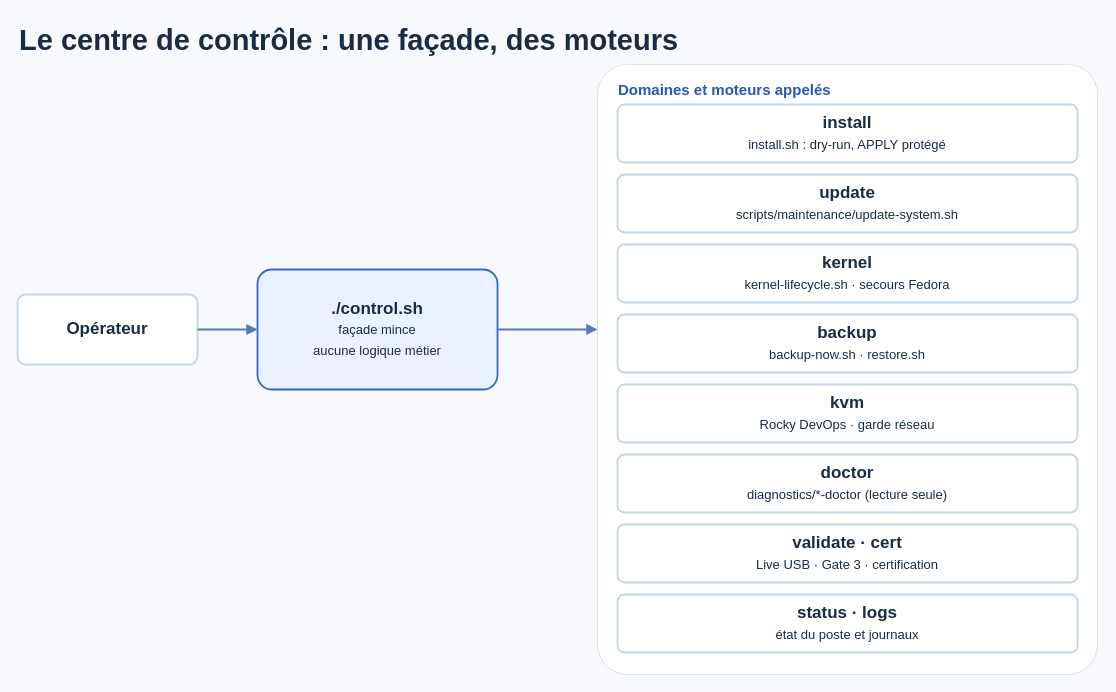
Earlier version of the draw.io diagram docs/assets/diagrams/centre-de-controle.drawio (mathiasseguincadiche/FEDORA_GNOME_CUSTOM). Source tidied: cells renumbered, new cells numbered last; positions are measured from the earlier drawing's top-left corner, leaving out a move shared by most shapes. Both pictures are drawn from the tidied source at 100%, with x=0, y=0 at pixel (17, 17).
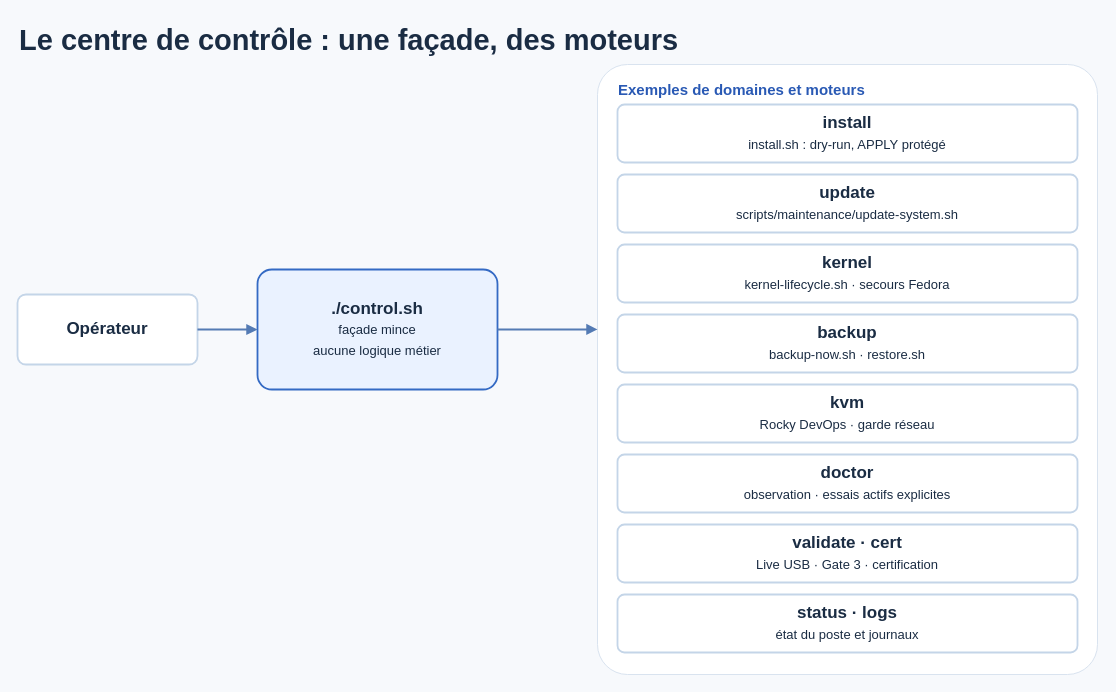
The same diagram, later.

What changed in the source:
```diff
@@
 <mxGraphModel background="#F7F9FC">
   <root>
     <mxCell id="0" />
     <mxCell id="1" parent="0" />
     <mxCell id="2" value="Le centre de contrôle : une façade, des moteurs" style="text;html=1;fontSize=29;fontStyle=1;fontColor=#1A2C43;fontFamily=Arial;align=left;verticalAlign=middle;" parent="1" vertex="1">
       <mxGeometry width="1080" height="46" as="geometry" />
     </mxCell>
-    <mxCell id="3" value="Domaines et moteurs appelés" style="rounded=1;arcSize=6;whiteSpace=wrap;html=1;fillColor=#FFFFFF;strokeColor=#D9E3EF;fontColor=#2959B4;fontStyle=1;fontSize=15;fontFamily=Arial;verticalAlign=top;align=left;spacingLeft=19;spacingTop=10;" parent="1" vertex="1">
+    <mxCell id="3" value="Exemples de domaines et moteurs" style="rounded=1;arcSize=6;whiteSpace=wrap;html=1;fillColor=#FFFFFF;strokeColor=#D9E3EF;fontColor=#2959B4;fontStyle=1;fontSize=15;fontFamily=Arial;verticalAlign=top;align=left;spacingLeft=19;spacingTop=10;" parent="1" vertex="1">
       <mxGeometry x="580" y="47" width="500" height="610" as="geometry" />
     </mxCell>
     <mxCell id="4" value="&lt;b&gt;Opérateur&lt;/b&gt;" style="rounded=1;arcSize=12;whiteSpace=wrap;html=1;fillColor=#FFFFFF;strokeColor=#C4D5E8;strokeWidth=1.8;fontColor=#1A2C43;fontSize=17;fontFamily=Arial;" parent="1" vertex="1">
       <mxGeometry y="277" width="180" height="70" as="geometry" />
     </mxCell>
     <mxCell id="5" value="&lt;b&gt;./control.sh&lt;/b&gt;&lt;br&gt;&lt;span style=&quot;font-size:13px&quot;&gt;façade mince&lt;/span&gt;&lt;br&gt;&lt;span style=&quot;font-size:13px&quot;&gt;aucune logique métier&lt;/span&gt;" style="rounded=1;arcSize=12;whiteSpace=wrap;html=1;fillColor=#EAF2FF;strokeColor=#346AC4;strokeWidth=1.8;fontColor=#1A2C43;fontSize=17;fontFamily=Arial;" parent="1" vertex="1">
       <mxGeometry x="240" y="252" width="240" height="120" as="geometry" />
     </mxCell>
     <mxCell id="6" value="&lt;b&gt;install&lt;/b&gt;&lt;br&gt;&lt;span style=&quot;font-size:13px&quot;&gt;install.sh : dry-run, APPLY protégé&lt;/span&gt;" style="rounded=1;arcSize=12;whiteSpace=wrap;html=1;fillColor=#FFFFFF;strokeColor=#C4D5E8;strokeWidth=1.8;fontColor=#1A2C43;fontSize=17;fontFamily=Arial;" parent="1" vertex="1">
       <mxGeometry x="600" y="87" width="460" height="58" as="geometry" />
     </mxCell>
     <mxCell id="7" value="&lt;b&gt;update&lt;/b&gt;&lt;br&gt;&lt;span style=&quot;font-size:13px&quot;&gt;scripts/maintenance/update-system.sh&lt;/span&gt;" style="rounded=1;arcSize=12;whiteSpace=wrap;html=1;fillColor=#FFFFFF;strokeColor=#C4D5E8;strokeWidth=1.8;fontColor=#1A2C43;fontSize=17;fontFamily=Arial;" parent="1" vertex="1">
       <mxGeometry x="600" y="157" width="460" height="58" as="geometry" />
     </mxCell>
     <mxCell id="8" value="&lt;b&gt;kernel&lt;/b&gt;&lt;br&gt;&lt;span style=&quot;font-size:13px&quot;&gt;kernel-lifecycle.sh · secours Fedora&lt;/span&gt;" style="rounded=1;arcSize=12;whiteSpace=wrap;html=1;fillColor=#FFFFFF;strokeColor=#C4D5E8;strokeWidth=1.8;fontColor=#1A2C43;fontSize=17;fontFamily=Arial;" parent="1" vertex="1">
       <mxGeometry x="600" y="227" width="460" height="58" as="geometry" />
     </mxCell>
     <mxCell id="9" value="&lt;b&gt;backup&lt;/b&gt;&lt;br&gt;&lt;span style=&quot;font-size:13px&quot;&gt;backup-now.sh · restore.sh&lt;/span&gt;" style="rounded=1;arcSize=12;whiteSpace=wrap;html=1;fillColor=#FFFFFF;strokeColor=#C4D5E8;strokeWidth=1.8;fontColor=#1A2C43;fontSize=17;fontFamily=Arial;" parent="1" vertex="1">
       <mxGeometry x="600" y="297" width="460" height="58" as="geometry" />
     </mxCell>
     <mxCell id="10" value="&lt;b&gt;kvm&lt;/b&gt;&lt;br&gt;&lt;span style=&quot;font-size:13px&quot;&gt;Rocky DevOps · garde réseau&lt;/span&gt;" style="rounded=1;arcSize=12;whiteSpace=wrap;html=1;fillColor=#FFFFFF;strokeColor=#C4D5E8;strokeWidth=1.8;fontColor=#1A2C43;fontSize=17;fontFamily=Arial;" parent="1" vertex="1">
       <mxGeometry x="600" y="367" width="460" height="58" as="geometry" />
     </mxCell>
-    <mxCell id="11" value="&lt;b&gt;doctor&lt;/b&gt;&lt;br&gt;&lt;span style=&quot;font-size:13px&quot;&gt;diagnostics/*-doctor (lecture seule)&lt;/span&gt;" style="rounded=1;arcSize=12;whiteSpace=wrap;html=1;fillColor=#FFFFFF;strokeColor=#C4D5E8;strokeWidth=1.8;fontColor=#1A2C43;fontSize=17;fontFamily=Arial;" parent="1" vertex="1">
+    <mxCell id="11" value="&lt;b&gt;doctor&lt;/b&gt;&lt;br&gt;&lt;span style=&quot;font-size:13px&quot;&gt;observation · essais actifs explicites&lt;/span&gt;" style="rounded=1;arcSize=12;whiteSpace=wrap;html=1;fillColor=#FFFFFF;strokeColor=#C4D5E8;strokeWidth=1.8;fontColor=#1A2C43;fontSize=17;fontFamily=Arial;" parent="1" vertex="1">
       <mxGeometry x="600" y="437" width="460" height="58" as="geometry" />
     </mxCell>
     <mxCell id="12" value="&lt;b&gt;validate · cert&lt;/b&gt;&lt;br&gt;&lt;span style=&quot;font-size:13px&quot;&gt;Live USB · Gate 3 · certification&lt;/span&gt;" style="rounded=1;arcSize=12;whiteSpace=wrap;html=1;fillColor=#FFFFFF;strokeColor=#C4D5E8;strokeWidth=1.8;fontColor=#1A2C43;fontSize=17;fontFamily=Arial;" parent="1" vertex="1">
       <mxGeometry x="600" y="507" width="460" height="58" as="geometry" />
     </mxCell>
     <mxCell id="13" value="&lt;b&gt;status · logs&lt;/b&gt;&lt;br&gt;&lt;span style=&quot;font-size:13px&quot;&gt;état du poste et journaux&lt;/span&gt;" style="rounded=1;arcSize=12;whiteSpace=wrap;html=1;fillColor=#FFFFFF;strokeColor=#C4D5E8;strokeWidth=1.8;fontColor=#1A2C43;fontSize=17;fontFamily=Arial;" parent="1" vertex="1">
       <mxGeometry x="600" y="577" width="460" height="58" as="geometry" />
     </mxCell>
     <mxCell id="14" style="endArrow=block;endFill=1;html=1;strokeColor=#547BB4;strokeWidth=2;fontColor=#1A2C43;fontSize=12;fontStyle=2;fontFamily=Arial;labelBackgroundColor=#FFFFFF;exitX=1.0000;exitY=0.5000;exitDx=0;exitDy=0;entryX=0.0000;entryY=0.5000;entryDx=0;entryDy=0;" parent="1" edge="1" source="4" target="5">
       <mxGeometry relative="1" as="geometry" />
     </mxCell>
     <mxCell id="15" style="endArrow=block;endFill=1;html=1;strokeColor=#547BB4;strokeWidth=2;fontColor=#1A2C43;fontSize=12;fontStyle=2;fontFamily=Arial;labelBackgroundColor=#FFFFFF;exitX=1.0000;exitY=0.5000;exitDx=0;exitDy=0;entryX=0.0000;entryY=0.4344;entryDx=0;entryDy=0;" parent="1" edge="1" source="5" target="3">
       <mxGeometry relative="1" as="geometry" />
     </mxCell>
   </root>
 </mxGraphModel>
```
